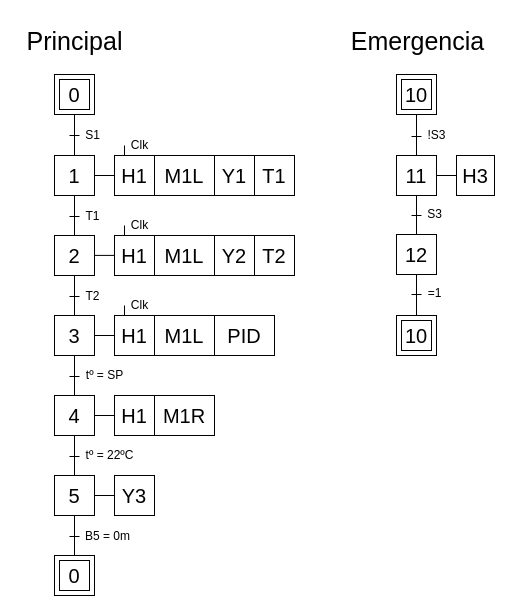
The draw.io diagram ISA/Proyectos/Navidad/grafcet/grafcet.drawio in joelsnz/ARI, before the edit. Source tidied: cells renumbered, new cells numbered last; positions are measured from the earlier drawing's top-left corner, leaving out a move shared by most shapes. Both pictures are drawn from the tidied source at 100%, with x=0, y=0 at pixel (16, 17).
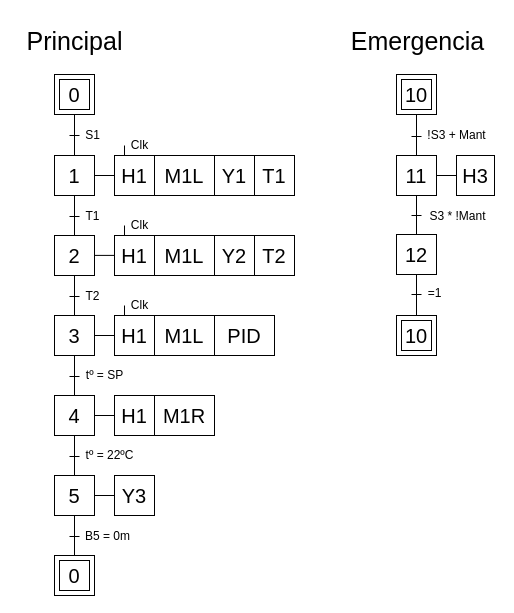
The same diagram, later.

Change to the diagram source:
```diff
@@
-    <mxCell id="60" value="!S3" style="text;html=1;align=center;verticalAlign=middle;strokeColor=none;fillColor=none;" parent="1" vertex="1">
-      <mxGeometry x="400" y="103" width="40" height="30" as="geometry" />
+    <mxCell id="60" value="!S3 + Mant" style="text;html=1;align=center;verticalAlign=middle;strokeColor=none;fillColor=none;" parent="1" vertex="1">
+      <mxGeometry x="400" y="103" width="80" height="30" as="geometry" />
     </mxCell>
@@
-    <mxCell id="64" value="S3" style="text;html=1;align=center;verticalAlign=middle;strokeColor=none;fillColor=none;" parent="1" vertex="1">
-      <mxGeometry x="400" y="182" width="35" height="30" as="geometry" />
+    <mxCell id="64" value="S3 * !Mant" style="text;html=1;align=center;verticalAlign=middle;strokeColor=none;fillColor=none;" parent="1" vertex="1">
+      <mxGeometry x="403" y="184" width="75" height="30" as="geometry" />
     </mxCell>
```
